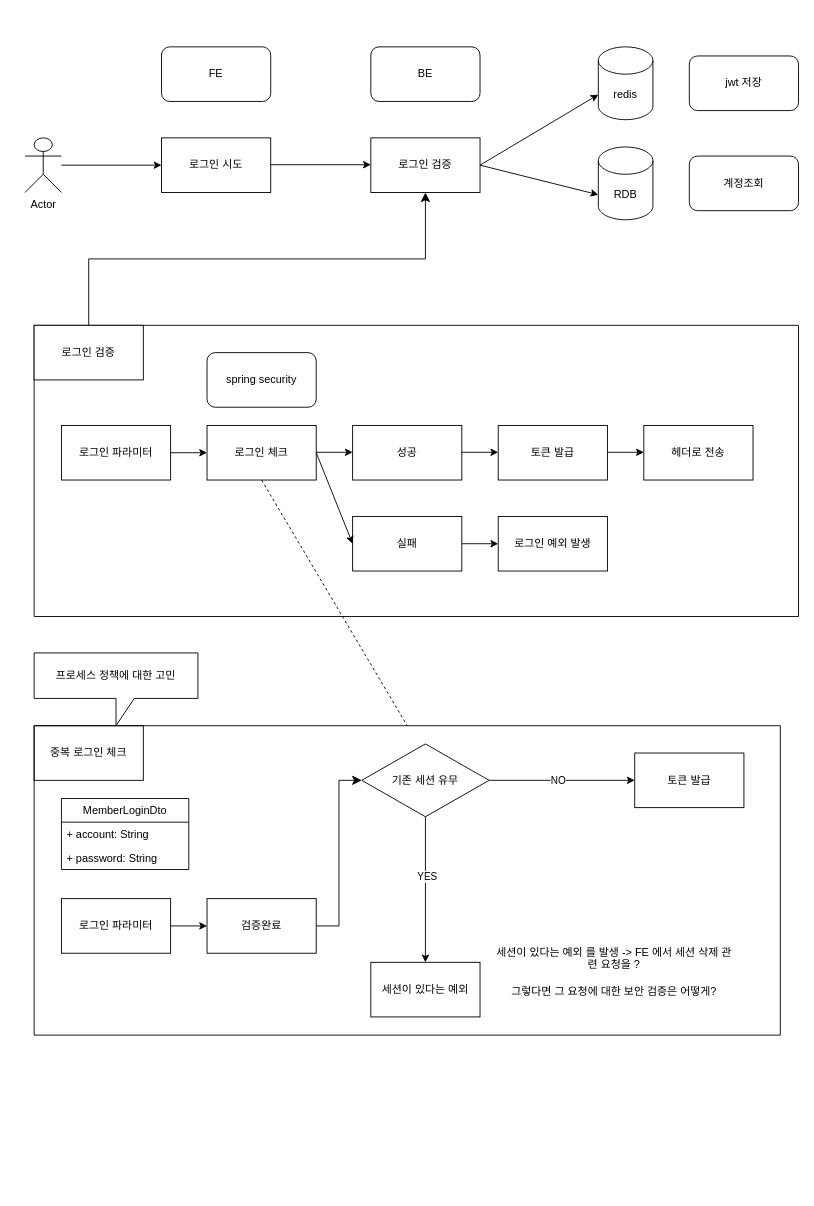
Above: 로그인프로세스.drawio in mothership2002/dashboard (draw.io), before the change. Source tidied: cells renumbered, new cells numbered last; positions are measured from the earlier drawing's top-left corner, leaving out a move shared by most shapes. Both pictures are drawn from the tidied source at 91%, with x=0, y=0 at pixel (25, 46).
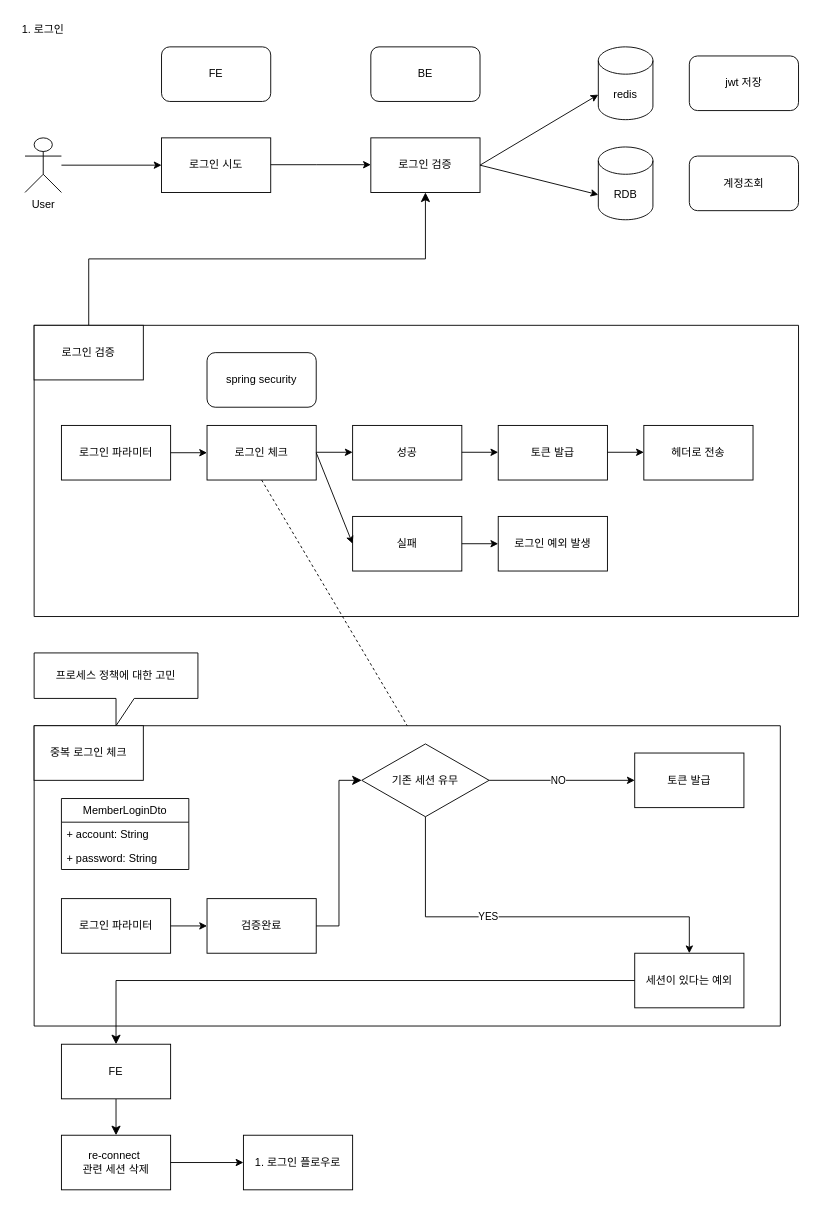
The same diagram, later.

Commit message:
로그인프로세스.drawio 업데이트

The change refers to these unchanged cells:
```xml
<mxCell id="39" value="기존 세션 유무" style="rhombus;whiteSpace=wrap;html=1;" parent="33" vertex="1">
  <mxGeometry x="360" y="20" width="140" height="80" as="geometry" />
</mxCell>
```

The edit, as a diff of the source:
```diff
@@
-    <mxCell id="2" value="Actor" style="shape=umlActor;verticalLabelPosition=bottom;verticalAlign=top;html=1;outlineConnect=0;" parent="1" vertex="1">
+    <mxCell id="2" value="User" style="shape=umlActor;verticalLabelPosition=bottom;verticalAlign=top;html=1;outlineConnect=0;" parent="1" vertex="1">
       <mxGeometry y="100" width="40" height="60" as="geometry" />
     </mxCell>
@@
-    <mxCell id="32" value="중복 로그인 체크" style="rounded=0;whiteSpace=wrap;html=1;" parent="1" vertex="1">
-      <mxGeometry x="10" y="746" width="120" height="60" as="geometry" />
-    </mxCell>
     <mxCell id="33" style="swimlane;startSize=0;" parent="1" vertex="1">
-      <mxGeometry x="10" y="746" width="820" height="340" as="geometry" />
+      <mxGeometry x="10" y="746" width="820" height="330" as="geometry" />
     </mxCell>
@@
-    <mxCell id="42" value="세션이 있다는 예외" style="rounded=0;whiteSpace=wrap;html=1;" parent="33" vertex="1">
-      <mxGeometry x="370" y="260" width="120" height="60" as="geometry" />
+    <mxCell id="42" value="세션이 있다는 예외" style="rounded=0;whiteSpace=wrap;html=1;direction=east;" parent="33" vertex="1">
+      <mxGeometry x="660" y="250" width="120" height="60" as="geometry" />
     </mxCell>
@@
-    <mxCell id="44" style="endArrow=classic;html=1;rounded=0;entryX=0.5;entryY=0;entryDx=0;entryDy=0;" parent="33" edge="1" source="39" target="42">
-      <mxGeometry relative="1" as="geometry" />
+    <mxCell id="44" style="endArrow=classic;html=1;rounded=0;edgeStyle=orthogonalEdgeStyle;entryX=0.5;entryY=0;entryDx=0;entryDy=0;" parent="33" edge="1" source="39" target="42">
+      <mxGeometry relative="1" as="geometry">
+        <Array as="points">
+          <mxPoint x="430" y="210" />
+          <mxPoint x="720" y="210" />
+        </Array>
+      </mxGeometry>
     </mxCell>
@@
-    <mxCell id="48" value="세션이 있다는 예외 를 발생 -&amp;gt; FE 에서 세션 삭제 관련 요청을 ?&lt;br&gt;&lt;br&gt;그렇다면 그 요청에 대한 보안 검증은 어떻게?" style="text;html=1;strokeColor=none;fillColor=none;align=center;verticalAlign=middle;whiteSpace=wrap;rounded=0;" parent="33" vertex="1">
-      <mxGeometry x="505" y="230" width="265" height="80" as="geometry" />
-    </mxCell>
+    <mxCell id="32" value="중복 로그인 체크" style="rounded=0;whiteSpace=wrap;html=1;" parent="1" vertex="1">
+      <mxGeometry x="10" y="746" width="120" height="60" as="geometry" />
+    </mxCell>
@@
+    <mxCell id="51" style="endArrow=classic;html=1;rounded=0;endSize=8;startSize=8;edgeStyle=orthogonalEdgeStyle;exitX=0.5;exitY=1;exitDx=0;exitDy=0;entryX=0.5;entryY=0;entryDx=0;entryDy=0;" parent="1" edge="1" source="53" target="52">
+      <mxGeometry relative="1" as="geometry" />
+    </mxCell>
+    <mxCell id="52" value="re-connect&amp;nbsp;&lt;br&gt;관련 세션 삭제" style="rounded=0;whiteSpace=wrap;html=1;" parent="1" vertex="1">
+      <mxGeometry x="40" y="1196" width="120" height="60" as="geometry" />
+    </mxCell>
+    <mxCell id="53" value="FE" style="rounded=0;whiteSpace=wrap;html=1;" parent="1" vertex="1">
+      <mxGeometry x="40" y="1096" width="120" height="60" as="geometry" />
+    </mxCell>
+    <mxCell id="54" style="edgeStyle=segmentEdgeStyle;endArrow=classic;html=1;curved=0;rounded=0;endSize=8;startSize=8;exitX=0;exitY=0.5;exitDx=0;exitDy=0;entryX=0.5;entryY=0;entryDx=0;entryDy=0;" parent="1" edge="1" source="42" target="53">
+      <mxGeometry relative="1" as="geometry" />
+    </mxCell>
+    <mxCell id="55" style="endArrow=classic;html=1;rounded=0;exitX=1;exitY=0.5;exitDx=0;exitDy=0;" parent="1" edge="1" source="52">
+      <mxGeometry relative="1" as="geometry">
+        <mxPoint x="240" y="1226" as="targetPoint" />
+      </mxGeometry>
+    </mxCell>
+    <mxCell id="56" value="1. 로그인 플로우로" style="rounded=0;whiteSpace=wrap;html=1;" parent="1" vertex="1">
+      <mxGeometry x="240" y="1196" width="120" height="60" as="geometry" />
+    </mxCell>
+    <mxCell id="57" value="1. 로그인" style="text;html=1;strokeColor=none;fillColor=none;align=center;verticalAlign=middle;whiteSpace=wrap;rounded=0;" parent="1" vertex="1">
+      <mxGeometry x="-10" y="-34" width="60" height="30" as="geometry" />
+    </mxCell>
```
